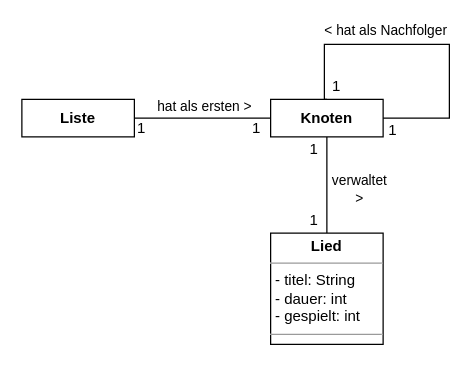
JoernWVSG/diagram keeps this draw.io diagram as page "Seite-14" (14 of 14) of Liste.drawio. Above is the earlier version. Source tidied: cells renumbered, new cells numbered last; positions are measured from the earlier drawing's top-left corner, leaving out a move shared by most shapes. Both pictures are drawn from the tidied source at 125%, with x=0, y=0 at pixel (21, 44).
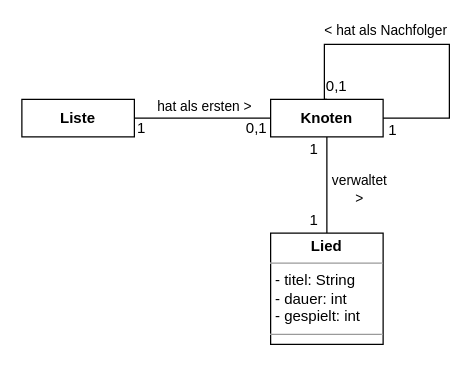
The same diagram, later.

What changed in the source:
```diff
@@
-    <mxCell id="9" value="1" style="text;html=1;align=center;verticalAlign=middle;whiteSpace=wrap;rounded=0;" parent="1" vertex="1">
+    <mxCell id="9" value="0,1" style="text;html=1;align=center;verticalAlign=middle;whiteSpace=wrap;rounded=0;" parent="1" vertex="1">
       <mxGeometry x="179" y="57" width="18" height="20" as="geometry" />
     </mxCell>
@@
-    <mxCell id="12" value="1" style="text;html=1;align=center;verticalAlign=middle;whiteSpace=wrap;rounded=0;" parent="1" vertex="1">
+    <mxCell id="12" value="0,1" style="text;html=1;align=center;verticalAlign=middle;whiteSpace=wrap;rounded=0;" parent="1" vertex="1">
       <mxGeometry x="243" y="24" width="18" height="20" as="geometry" />
     </mxCell>
```
